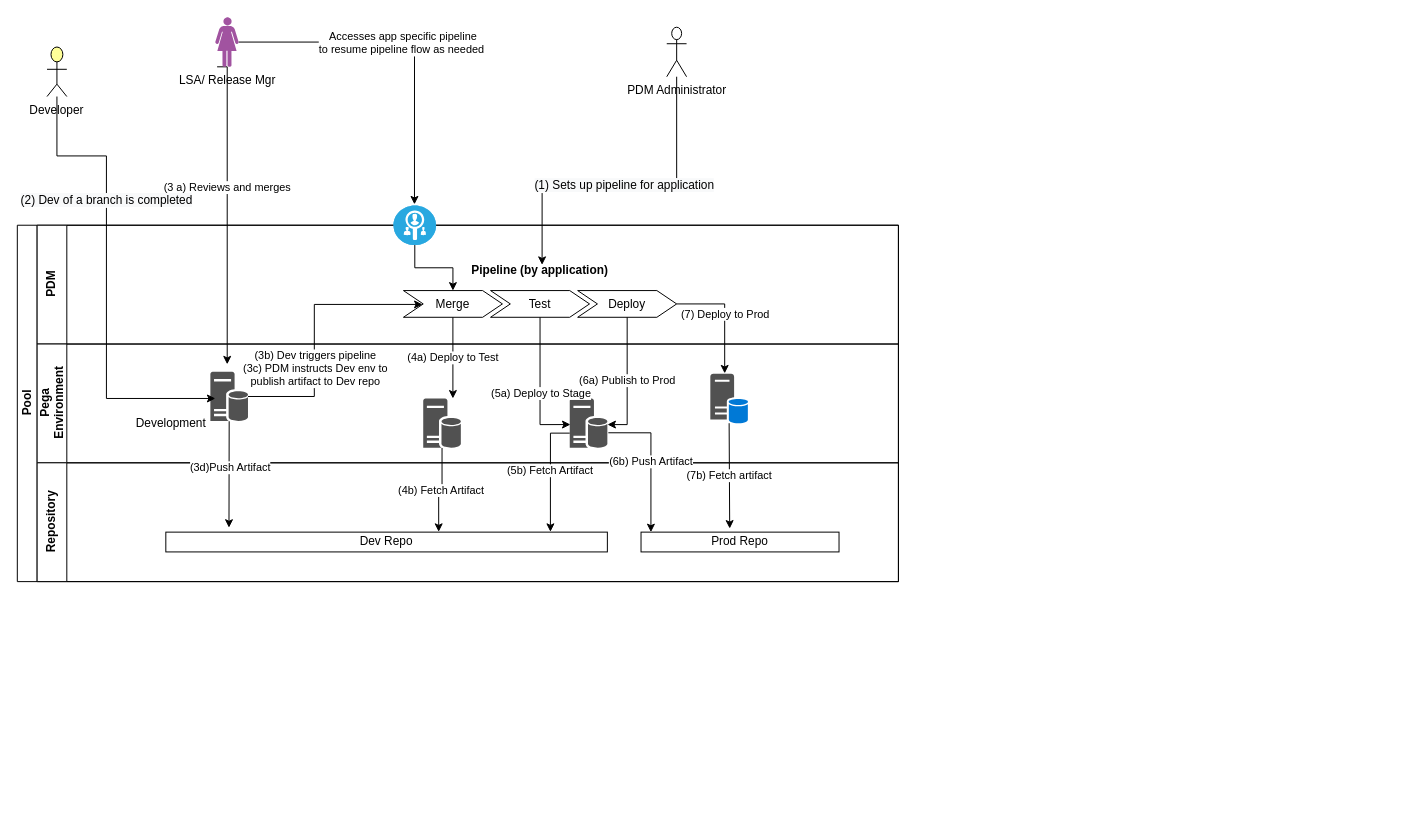
Earlier version of the draw.io diagram page "Page-2" (2 of 2) of Untitled Diagram.drawio (AmanMunnaBali/play_my_playlist). Source tidied: cells renumbered, new cells numbered last; positions are measured from the earlier drawing's top-left corner, leaving out a move shared by most shapes. Both pictures are drawn from the tidied source at 99%, with x=0, y=0 at pixel (17, 17).
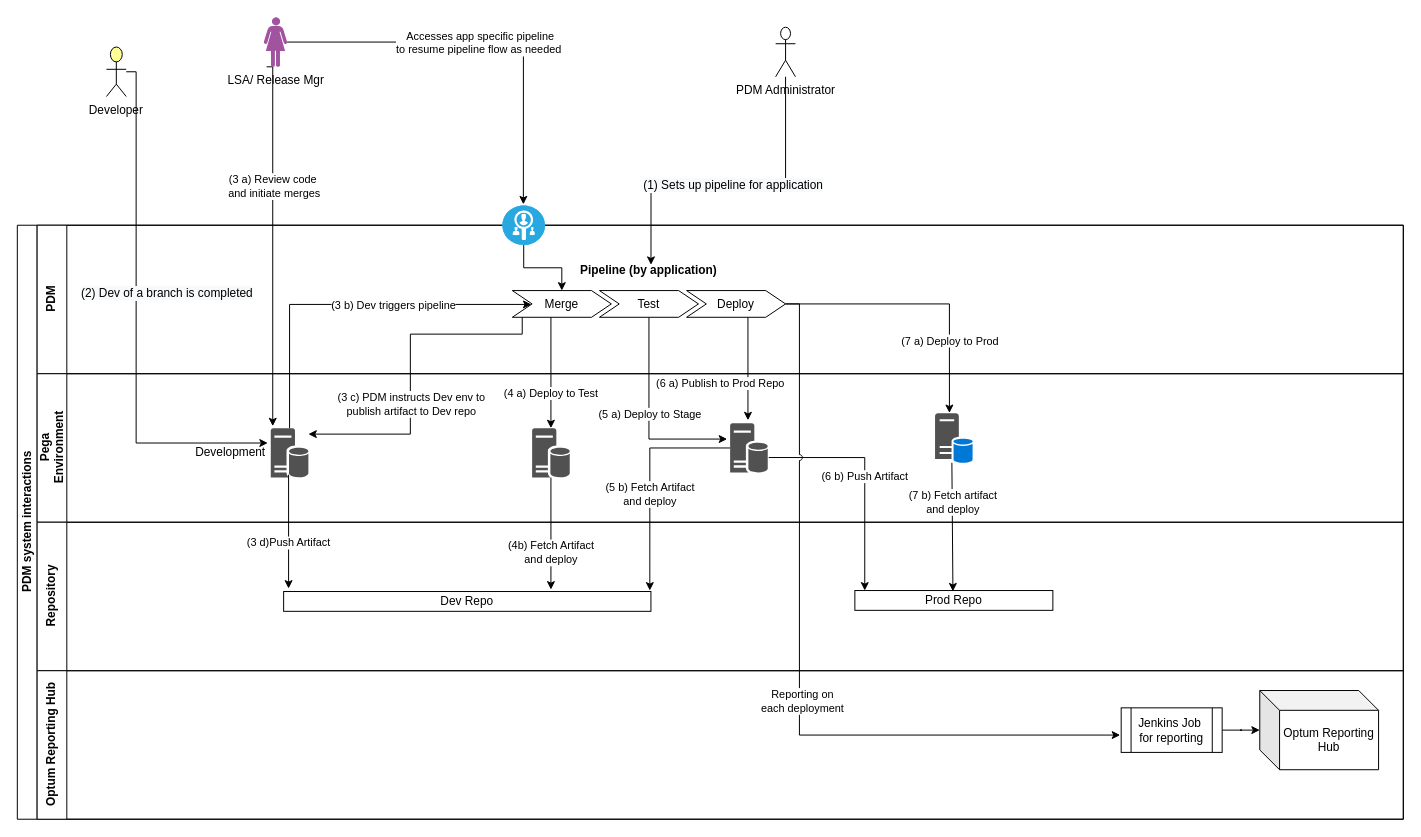
The same diagram, later.

Unchanged cells that the change refers to:
```xml
<mxCell id="5" value="Merge" style="shape=step;perimeter=stepPerimeter;fixedSize=1;points=[];" parent="4" vertex="1">
  <mxGeometry x="10" y="33" width="100" height="27" as="geometry" />
</mxCell>
<mxCell id="6" value="Test" style="shape=step;perimeter=stepPerimeter;fixedSize=1;points=[];" parent="4" vertex="1">
  <mxGeometry x="98" y="33" width="100" height="27" as="geometry" />
</mxCell>
<mxCell id="7" value="Deploy" style="shape=step;perimeter=stepPerimeter;fixedSize=1;points=[];" parent="4" vertex="1">
  <mxGeometry x="186" y="33" width="100" height="27" as="geometry" />
</mxCell>
```

The edit, as a diff of the source:
```diff
@@
-    <mxCell id="2" value="Pool" style="swimlane;html=1;horizontal=0;startSize=20;" parent="1" vertex="1">
-      <mxGeometry y="210" width="890" height="360" as="geometry" />
+    <mxCell id="2" value="PDM system interactions" style="swimlane;html=1;horizontal=0;startSize=20;" parent="1" vertex="1">
+      <mxGeometry y="210" width="1400" height="600" as="geometry" />
     </mxCell>
     <mxCell id="3" value="PDM" style="swimlane;html=1;startSize=30;horizontal=0;" parent="2" vertex="1">
-      <mxGeometry x="20" width="870" height="120" as="geometry" />
+      <mxGeometry x="20" width="1380" height="150" as="geometry" />
     </mxCell>
     <mxCell id="4" value="Pipeline (by application)" style="swimlane;horizontal=1;fillColor=none;strokeColor=none;stackBorder=10;align=center;points=[];fontColor=#000000;" parent="3" vertex="1">
-      <mxGeometry x="360" y="33" width="296" height="70" as="geometry" />
+      <mxGeometry x="470" y="33" width="296" height="70" as="geometry" />
     </mxCell>
@@
     <mxCell id="8" value="Pega &lt;br&gt;Environment" style="swimlane;html=1;startSize=30;horizontal=0;" parent="2" vertex="1">
-      <mxGeometry x="20" y="120" width="870" height="120" as="geometry" />
+      <mxGeometry x="20" y="150" width="1380" height="150" as="geometry" />
     </mxCell>
     <mxCell id="9" style="shadow=0;dashed=0;html=1;strokeColor=none;labelPosition=center;verticalLabelPosition=bottom;verticalAlign=top;align=center;fillColor=#515151;shape=mxgraph.mscae.enterprise.database_server;" parent="8" vertex="1">
-      <mxGeometry x="175" y="28" width="38" height="50" as="geometry" />
+      <mxGeometry x="236" y="55" width="38" height="50" as="geometry" />
     </mxCell>
     <mxCell id="10" style="shadow=0;dashed=0;html=1;strokeColor=none;labelPosition=center;verticalLabelPosition=bottom;verticalAlign=top;align=center;fillColor=#515151;shape=mxgraph.mscae.enterprise.database_server;" parent="8" vertex="1">
-      <mxGeometry x="390" y="55" width="38" height="50" as="geometry" />
+      <mxGeometry x="500" y="55" width="38" height="50" as="geometry" />
     </mxCell>
     <mxCell id="11" style="shadow=0;dashed=0;html=1;strokeColor=none;labelPosition=center;verticalLabelPosition=bottom;verticalAlign=top;align=center;fillColor=#515151;shape=mxgraph.mscae.system_center.primary_site;" parent="8" vertex="1">
-      <mxGeometry x="680" y="30" width="38" height="50" as="geometry" />
+      <mxGeometry x="907" y="40" width="38" height="50" as="geometry" />
     </mxCell>
     <mxCell id="12" style="shadow=0;dashed=0;html=1;strokeColor=none;labelPosition=center;verticalLabelPosition=bottom;verticalAlign=top;align=center;fillColor=#515151;shape=mxgraph.mscae.enterprise.database_server;" parent="8" vertex="1">
-      <mxGeometry x="538" y="55" width="38" height="50" as="geometry" />
+      <mxGeometry x="700" y="50" width="38" height="50" as="geometry" />
     </mxCell>
     <mxCell id="13" value="Development" style="text;html=1;align=center;verticalAlign=middle;points=[];strokeColor=none;" parent="8" vertex="1">
-      <mxGeometry x="90" y="70" width="90" height="20" as="geometry" />
+      <mxGeometry x="150" y="70" width="90" height="20" as="geometry" />
     </mxCell>
     <mxCell id="14" value="Repository" style="swimlane;html=1;startSize=30;horizontal=0;" parent="2" vertex="1">
-      <mxGeometry x="20" y="240" width="870" height="120" as="geometry" />
+      <mxGeometry x="20" y="300" width="1380" height="150" as="geometry" />
     </mxCell>
     <mxCell id="15" value="Dev Repo" style="rounded=0;whiteSpace=wrap;html=1;" parent="14" vertex="1">
-      <mxGeometry x="130" y="70" width="446" height="20" as="geometry" />
+      <mxGeometry x="249" y="70" width="371" height="20" as="geometry" />
     </mxCell>
     <mxCell id="16" value="Prod Repo" style="rounded=0;whiteSpace=wrap;html=1;" parent="14" vertex="1">
-      <mxGeometry x="610" y="70" width="200" height="20" as="geometry" />
+      <mxGeometry x="826" y="69" width="200" height="20" as="geometry" />
     </mxCell>
-    <mxCell id="17" style="edgeStyle=orthogonalEdgeStyle;rounded=0;jumpStyle=arc;jettySize=auto;html=1;entryX=0.143;entryY=-0.225;entryDx=0;entryDy=0;entryPerimeter=0;" parent="2" edge="1" source="9" target="15">
-      <mxGeometry relative="1" as="geometry" />
+    <mxCell id="17" style="edgeStyle=orthogonalEdgeStyle;rounded=0;jumpStyle=arc;jettySize=auto;html=1;exitX=0.474;exitY=0.94;exitDx=0;exitDy=0;exitPerimeter=0;" parent="2" edge="1" source="9">
+      <mxGeometry relative="1" as="geometry">
+        <mxPoint x="274" y="367" as="targetPoint" />
+        <Array as="points">
+          <mxPoint x="274" y="367" />
+        </Array>
+      </mxGeometry>
     </mxCell>
-    <mxCell id="18" value="(3d)Push Artifact" style="edgeLabel;html=1;align=center;verticalAlign=middle;" parent="17" vertex="1">
-      <mxGeometry x="-0.15" relative="1" as="geometry" />
+    <mxCell id="18" value="(3 d)Push Artifact" style="edgeLabel;html=1;align=center;verticalAlign=middle;" parent="17" vertex="1">
+      <mxGeometry x="-0.15" relative="1" as="geometry">
+        <mxPoint x="-1" y="19" as="offset" />
+      </mxGeometry>
     </mxCell>
     <mxCell id="19" style="edgeStyle=orthogonalEdgeStyle;rounded=0;jumpStyle=arc;jettySize=auto;html=1;" parent="2" edge="1" source="9" target="5">
       <mxGeometry relative="1" as="geometry">
         <Array as="points">
-          <mxPoint x="300" y="173" />
-          <mxPoint x="300" y="80" />
+          <mxPoint x="275" y="80" />
         </Array>
       </mxGeometry>
     </mxCell>
-    <mxCell id="20" value="(3b) Dev triggers pipeline&lt;br&gt;(3c) PDM instructs Dev env to&lt;br&gt;publish artifact to Dev repo" style="edgeLabel;html=1;align=center;verticalAlign=middle;" parent="19" vertex="1">
-      <mxGeometry x="-0.29" relative="1" as="geometry" />
+    <mxCell id="20" value="(3 b) Dev triggers pipeline" style="edgeLabel;html=1;align=center;verticalAlign=middle;" parent="19" vertex="1">
+      <mxGeometry x="-0.29" relative="1" as="geometry">
+        <mxPoint x="98" as="offset" />
+      </mxGeometry>
     </mxCell>
-    <mxCell id="21" value="(4a) Deploy to Test" style="edgeStyle=orthogonalEdgeStyle;rounded=0;jumpStyle=arc;jettySize=auto;html=1;entryX=0.789;entryY=0;entryDx=0;entryDy=0;entryPerimeter=0;strokeColor=#000000;" parent="2" edge="1" source="5" target="10">
-      <mxGeometry relative="1" as="geometry" />
+    <mxCell id="21" value="(4 a) Deploy to Test" style="edgeStyle=orthogonalEdgeStyle;rounded=0;jumpStyle=arc;orthogonalLoop=1;jettySize=auto;html=1;entryX=0.789;entryY=0;entryDx=0;entryDy=0;entryPerimeter=0;strokeColor=#000000;" parent="2" edge="1">
+      <mxGeometry x="0.38" relative="1" as="geometry">
+        <mxPoint x="539" y="93" as="sourcePoint" />
+        <mxPoint x="539" y="205" as="targetPoint" />
+      </mxGeometry>
     </mxCell>
-    <mxCell id="22" value="(4b) Fetch Artifact" style="edgeStyle=orthogonalEdgeStyle;rounded=0;jumpStyle=arc;jettySize=auto;html=1;entryX=0.618;entryY=-0.017;entryDx=0;entryDy=0;entryPerimeter=0;strokeColor=#000000;" parent="2" edge="1" source="10" target="15">
-      <mxGeometry relative="1" as="geometry" />
+    <mxCell id="22" value="(4b) Fetch Artifact&lt;br&gt;and deploy" style="edgeStyle=orthogonalEdgeStyle;rounded=0;jumpStyle=arc;jettySize=auto;html=1;strokeColor=#000000;" parent="2" edge="1" source="10">
+      <mxGeometry x="0.35" relative="1" as="geometry">
+        <mxPoint x="539" y="368" as="targetPoint" />
+      </mxGeometry>
     </mxCell>
-    <mxCell id="23" style="edgeStyle=orthogonalEdgeStyle;rounded=0;jumpStyle=arc;jettySize=auto;html=1;entryX=0.018;entryY=0.527;entryDx=0;entryDy=0;entryPerimeter=0;strokeColor=#000000;" parent="2" edge="1" source="6" target="12">
-      <mxGeometry relative="1" as="geometry" />
-    </mxCell>
-    <mxCell id="24" value="(5a) Deploy to Stage" style="edgeLabel;html=1;align=center;verticalAlign=middle;" parent="23" vertex="1">
-      <mxGeometry x="0.09" relative="1" as="geometry" />
-    </mxCell>
-    <mxCell id="25" value="(5b) Fetch Artifact" style="edgeStyle=orthogonalEdgeStyle;rounded=0;jumpStyle=arc;jettySize=auto;html=1;entryX=0.871;entryY=-0.017;entryDx=0;entryDy=0;entryPerimeter=0;strokeColor=#000000;" parent="2" edge="1" source="12" target="15">
-      <mxGeometry x="-0.03" relative="1" as="geometry">
-        <Array as="points">
-          <mxPoint x="539" y="210" />
-        </Array>
-      </mxGeometry>
-    </mxCell>
-    <mxCell id="26" value="(6a) Publish to Prod" style="edgeStyle=orthogonalEdgeStyle;rounded=0;jumpStyle=arc;jettySize=auto;html=1;entryX=1.004;entryY=0.527;entryDx=0;entryDy=0;entryPerimeter=0;strokeColor=#000000;" parent="2" edge="1" source="7" target="12">
-      <mxGeometry relative="1" as="geometry" />
+    <mxCell id="26" value="(6 a) Publish to Prod Repo" style="edgeStyle=orthogonalEdgeStyle;rounded=0;jumpStyle=arc;jettySize=auto;html=1;strokeColor=#000000;entryX=0.474;entryY=-0.06;entryDx=0;entryDy=0;entryPerimeter=0;" parent="2" edge="1" source="7" target="12">
+      <mxGeometry x="0.29" y="-28" relative="1" as="geometry">
+        <Array as="points">
+          <mxPoint x="738" y="140" />
+          <mxPoint x="738" y="140" />
+        </Array>
+      </mxGeometry>
     </mxCell>
-    <mxCell id="27" value="(6b) Push Artifact" style="edgeStyle=orthogonalEdgeStyle;rounded=0;jumpStyle=arc;jettySize=auto;html=1;entryX=0.05;entryY=0;entryDx=0;entryDy=0;entryPerimeter=0;strokeColor=#000000;exitX=1.026;exitY=0.693;exitDx=0;exitDy=0;exitPerimeter=0;" parent="2" edge="1" source="12" target="16">
+    <mxCell id="27" value="(6 b) Push Artifact" style="edgeStyle=orthogonalEdgeStyle;rounded=0;jumpStyle=arc;jettySize=auto;html=1;entryX=0.05;entryY=0;entryDx=0;entryDy=0;entryPerimeter=0;strokeColor=#000000;exitX=1.026;exitY=0.693;exitDx=0;exitDy=0;exitPerimeter=0;" parent="2" edge="1" source="12" target="16">
       <mxGeometry relative="1" as="geometry" />
     </mxCell>
-    <mxCell id="28" value="(7) Deploy to Prod" style="edgeStyle=orthogonalEdgeStyle;rounded=0;jumpStyle=arc;jettySize=auto;html=1;entryX=0.382;entryY=-0.007;entryDx=0;entryDy=0;entryPerimeter=0;strokeColor=#000000;" parent="2" edge="1" source="7" target="11">
-      <mxGeometry relative="1" as="geometry" />
+    <mxCell id="28" value="(7 a) Deploy to Prod" style="edgeStyle=orthogonalEdgeStyle;rounded=0;jumpStyle=arc;jettySize=auto;html=1;entryX=0.382;entryY=-0.007;entryDx=0;entryDy=0;entryPerimeter=0;strokeColor=#000000;" parent="2" edge="1" source="7" target="11">
+      <mxGeometry x="0.47" relative="1" as="geometry" />
     </mxCell>
-    <mxCell id="29" value="(7b) Fetch artifact" style="edgeStyle=orthogonalEdgeStyle;rounded=0;jumpStyle=arc;jettySize=auto;html=1;entryX=0.448;entryY=-0.183;entryDx=0;entryDy=0;entryPerimeter=0;strokeColor=#000000;" parent="2" edge="1" source="11" target="16">
-      <mxGeometry relative="1" as="geometry" />
+    <mxCell id="29" value="(7 b) Fetch artifact&lt;br&gt;and deploy" style="edgeStyle=orthogonalEdgeStyle;rounded=0;jumpStyle=arc;jettySize=auto;html=1;strokeColor=#000000;entryX=0.495;entryY=0.043;entryDx=0;entryDy=0;entryPerimeter=0;" parent="2" edge="1" source="11" target="16">
+      <mxGeometry x="-0.37" relative="1" as="geometry">
+        <Array as="points">
+          <mxPoint x="944" y="280" />
+          <mxPoint x="945" y="280" />
+        </Array>
+      </mxGeometry>
     </mxCell>
+    <mxCell id="42" value="Optum Reporting Hub" style="swimlane;html=1;startSize=30;horizontal=0;" parent="2" vertex="1">
+      <mxGeometry x="20" y="450" width="1380" height="150" as="geometry" />
+    </mxCell>
+    <mxCell id="43" style="edgeStyle=orthogonalEdgeStyle;rounded=0;jumpStyle=arc;jettySize=auto;html=1;strokeColor=#000000;" parent="42" edge="1" source="44" target="45">
+      <mxGeometry relative="1" as="geometry" />
+    </mxCell>
+    <mxCell id="44" value="Jenkins Job&amp;nbsp;&lt;br&gt;for reporting" style="shape=process;whiteSpace=wrap;html=1;backgroundOutline=1;" parent="42" vertex="1">
+      <mxGeometry x="1095" y="37.5" width="102" height="45" as="geometry" />
+    </mxCell>
+    <mxCell id="45" value="Optum Reporting Hub" style="shape=cube;whiteSpace=wrap;html=1;boundedLbl=1;backgroundOutline=1;darkOpacity=0.05;darkOpacity2=0.1;" parent="42" vertex="1">
+      <mxGeometry x="1235" y="20" width="120" height="80" as="geometry" />
+    </mxCell>
+    <mxCell id="46" style="edgeStyle=orthogonalEdgeStyle;rounded=0;jumpStyle=arc;jettySize=auto;html=1;entryX=1;entryY=0.12;entryDx=0;entryDy=0;entryPerimeter=0;strokeColor=#000000;" parent="2" edge="1" source="5" target="9">
+      <mxGeometry relative="1" as="geometry">
+        <Array as="points">
+          <mxPoint x="510" y="110" />
+          <mxPoint x="397" y="110" />
+          <mxPoint x="397" y="211" />
+        </Array>
+      </mxGeometry>
+    </mxCell>
+    <mxCell id="47" value="(3 c) PDM instructs Dev env to&lt;br&gt;publish artifact to Dev repo" style="edgeLabel;html=1;align=center;verticalAlign=middle;" parent="46" vertex="1">
+      <mxGeometry x="0.05" relative="1" as="geometry">
+        <mxPoint y="25" as="offset" />
+      </mxGeometry>
+    </mxCell>
+    <mxCell id="23" style="edgeStyle=orthogonalEdgeStyle;rounded=0;jumpStyle=arc;jettySize=auto;html=1;strokeColor=#000000;entryX=-0.079;entryY=0.32;entryDx=0;entryDy=0;entryPerimeter=0;" parent="2" edge="1" source="6" target="12">
+      <mxGeometry relative="1" as="geometry">
+        <Array as="points">
+          <mxPoint x="638" y="216" />
+        </Array>
+      </mxGeometry>
+    </mxCell>
+    <mxCell id="48" value="(5 a) Deploy to Stage" style="edgeLabel;html=1;align=center;verticalAlign=middle;" parent="23" vertex="1">
+      <mxGeometry x="-0.28" y="-1" relative="1" as="geometry">
+        <mxPoint x="1" y="24" as="offset" />
+      </mxGeometry>
+    </mxCell>
+    <mxCell id="25" style="edgeStyle=orthogonalEdgeStyle;rounded=0;jumpStyle=arc;jettySize=auto;html=1;entryX=0.997;entryY=-0.05;entryDx=0;entryDy=0;entryPerimeter=0;strokeColor=#000000;" parent="2" edge="1" source="12" target="15">
+      <mxGeometry relative="1" as="geometry" />
+    </mxCell>
+    <mxCell id="49" value="(5 b) Fetch Artifact&lt;br&gt;and deploy" style="edgeLabel;html=1;align=center;verticalAlign=middle;" parent="25" vertex="1">
+      <mxGeometry x="0.14" relative="1" as="geometry" />
+    </mxCell>
+    <mxCell id="50" style="edgeStyle=orthogonalEdgeStyle;rounded=0;jumpStyle=arc;jettySize=auto;html=1;entryX=-0.01;entryY=0.611;entryDx=0;entryDy=0;entryPerimeter=0;strokeColor=#000000;" parent="2" edge="1" source="7" target="44">
+      <mxGeometry relative="1" as="geometry">
+        <Array as="points">
+          <mxPoint x="790" y="80" />
+          <mxPoint x="790" y="515" />
+        </Array>
+      </mxGeometry>
+    </mxCell>
+    <mxCell id="51" value="Reporting on &lt;br&gt;each deployment" style="edgeLabel;html=1;align=center;verticalAlign=middle;" parent="50" vertex="1">
+      <mxGeometry x="0.07" y="2" relative="1" as="geometry">
+        <mxPoint y="1" as="offset" />
+      </mxGeometry>
+    </mxCell>
     <mxCell id="30" value="&lt;span style=&quot;font-size: 12px ; background-color: rgb(248 , 249 , 250)&quot;&gt;(1) Sets up pipeline for application&lt;/span&gt;" style="edgeStyle=orthogonalEdgeStyle;rounded=0;jumpStyle=arc;jettySize=auto;html=1;entryX=0.507;entryY=0.1;entryDx=0;entryDy=0;entryPerimeter=0;" parent="1" edge="1" source="31" target="4">
       <mxGeometry relative="1" as="geometry">
         <Array as="points">
-          <mxPoint x="666" y="170" />
-          <mxPoint x="530" y="170" />
+          <mxPoint x="776" y="170" />
+          <mxPoint x="640" y="170" />
         </Array>
       </mxGeometry>
     </mxCell>
     <mxCell id="31" value="PDM Administrator" style="shape=umlActor;verticalLabelPosition=bottom;verticalAlign=top;html=1;" parent="1" vertex="1">
-      <mxGeometry x="656" y="10" width="20" height="50" as="geometry" />
+      <mxGeometry x="766" y="10" width="20" height="50" as="geometry" />
     </mxCell>
@@
-    <mxCell id="34" style="edgeStyle=orthogonalEdgeStyle;rounded=0;jumpStyle=arc;orthogonalLoop=1;jettySize=auto;html=1;entryX=0.316;entryY=0.01;entryDx=0;entryDy=0;entryPerimeter=0;" parent="1" edge="1">
+    <mxCell id="34" style="edgeStyle=orthogonalEdgeStyle;rounded=0;jumpStyle=arc;orthogonalLoop=1;jettySize=auto;html=1;entryX=0.026;entryY=-0.04;entryDx=0;entryDy=0;entryPerimeter=0;" parent="1" edge="1">
       <mxGeometry relative="1" as="geometry">
-        <mxPoint x="201.8" y="50" as="sourcePoint" />
-        <mxPoint x="212" y="350.5" as="targetPoint" />
+        <mxPoint x="251.8" y="50" as="sourcePoint" />
+        <mxPoint x="258" y="413" as="targetPoint" />
         <Array as="points">
-          <mxPoint x="212" y="50" />
+          <mxPoint x="258" y="50" />
         </Array>
       </mxGeometry>
     </mxCell>
-    <mxCell id="35" value="(3 a) Reviews and merges" style="edgeLabel;html=1;align=center;verticalAlign=middle;" parent="34" vertex="1">
-      <mxGeometry x="-0.15" y="-1" relative="1" as="geometry" />
+    <mxCell id="35" value="(3 a) Review code&lt;br&gt;&amp;nbsp;and initiate merges" style="edgeLabel;html=1;align=center;verticalAlign=middle;" parent="34" vertex="1">
+      <mxGeometry x="-0.15" y="-1" relative="1" as="geometry">
+        <mxPoint y="-30" as="offset" />
+      </mxGeometry>
     </mxCell>
     <mxCell id="36" value="LSA/ Release Mgr&lt;br&gt;" style="verticalLabelPosition=bottom;html=1;fillColor=#A153A0;verticalAlign=top;align=center;shape=mxgraph.cisco_safe.design.actor_1;" parent="1" vertex="1">
-      <mxGeometry x="200" width="23.5" height="50" as="geometry" />
+      <mxGeometry x="249" width="23.5" height="50" as="geometry" />
     </mxCell>
-    <mxCell id="37" style="edgeStyle=orthogonalEdgeStyle;rounded=0;jettySize=auto;html=1;jumpStyle=arc;entryX=0.132;entryY=0.54;entryDx=0;entryDy=0;entryPerimeter=0;" parent="1" edge="1" source="39" target="9">
+    <mxCell id="37" style="edgeStyle=orthogonalEdgeStyle;rounded=0;jettySize=auto;html=1;jumpStyle=arc;entryX=0.922;entryY=0;entryDx=0;entryDy=0;entryPerimeter=0;" parent="1" edge="1" source="39" target="13">
       <mxGeometry relative="1" as="geometry">
         <Array as="points">
-          <mxPoint x="40" y="140" />
-          <mxPoint x="90" y="140" />
-          <mxPoint x="90" y="385" />
+          <mxPoint x="120" y="55" />
+          <mxPoint x="120" y="430" />
         </Array>
       </mxGeometry>
     </mxCell>
     <mxCell id="38" value="&lt;span style=&quot;font-size: 12px ; background-color: rgb(248 , 249 , 250)&quot;&gt;(2) Dev of a branch is completed&lt;/span&gt;" style="edgeLabel;html=1;align=center;verticalAlign=middle;" parent="37" vertex="1">
       <mxGeometry x="0.17" y="1" relative="1" as="geometry">
-        <mxPoint x="-2" y="-118" as="offset" />
+        <mxPoint x="29" y="-70" as="offset" />
       </mxGeometry>
     </mxCell>
     <mxCell id="39" value="Developer&lt;br&gt;" style="html=1;outlineConnect=0;whiteSpace=wrap;fillColor=#ffff99;verticalLabelPosition=bottom;verticalAlign=top;align=center;shape=mxgraph.archimate3.actor;" parent="1" vertex="1">
-      <mxGeometry x="30" y="30" width="20" height="50" as="geometry" />
+      <mxGeometry x="90" y="30" width="20" height="50" as="geometry" />
     </mxCell>
@@
     <mxCell id="41" style="fillColor=#28A8E0;verticalLabelPosition=bottom;html=1;strokeColor=#ffffff;verticalAlign=top;align=center;points=[[0.145,0.145,0],[0.5,0,0],[0.855,0.145,0],[1,0.5,0],[0.855,0.855,0],[0.5,1,0],[0.145,0.855,0],[0,0.5,0]];shape=mxgraph.cisco_safe.compositeIcon;bgIcon=ellipse;resIcon=mxgraph.cisco_safe.capability.identity_authorization_alt;" parent="1" vertex="1">
-      <mxGeometry x="380" y="190" width="43" height="40" as="geometry" />
+      <mxGeometry x="490" y="190" width="43" height="40" as="geometry" />
     </mxCell>
```
